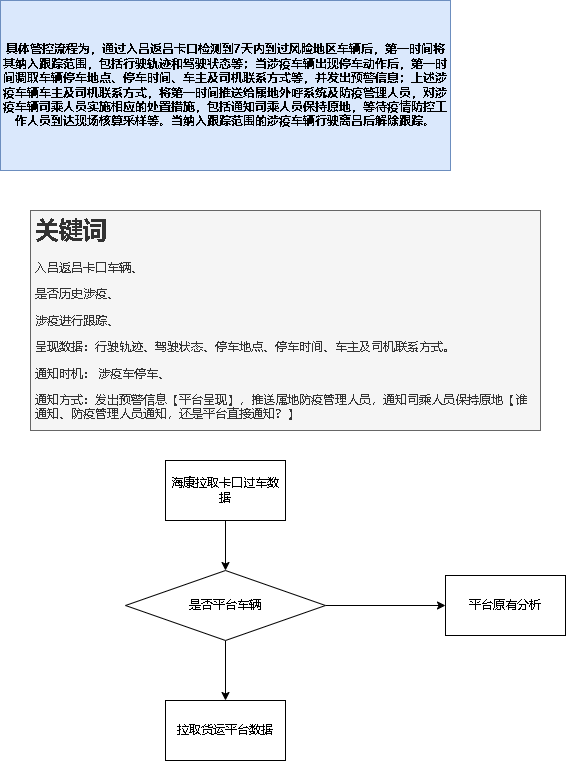
The draw.io diagram 吕梁疫情防控.drawio.png in xktder/draw, before a commit. Source tidied: cells renumbered, new cells last; positions are measured from the earlier drawing's top-left corner, leaving out a move shared by most shapes.
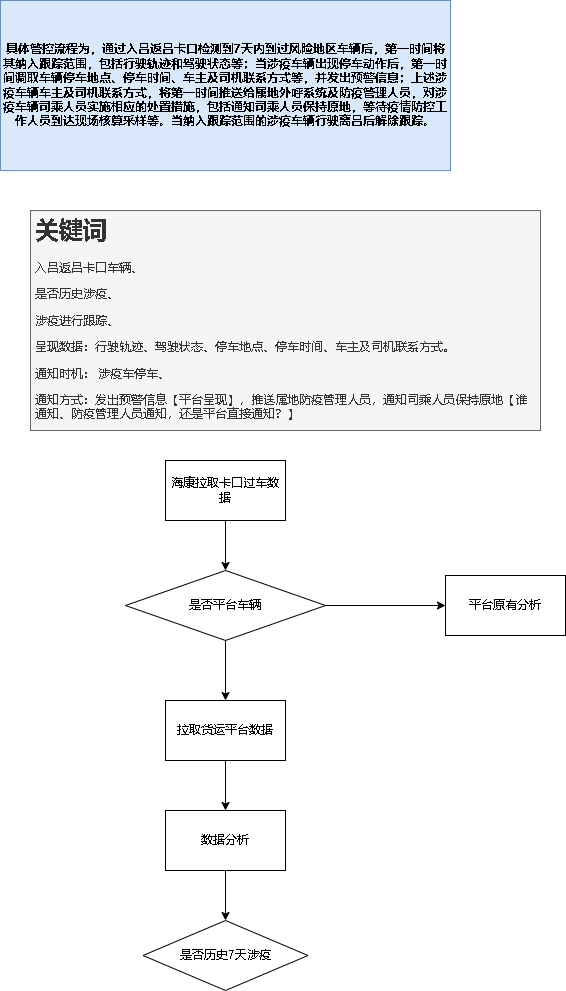
The same diagram one commit later.

Commit message:
更新吕梁疫情防控.drawio.png

The edit, as a diff of the source:
```diff
@@ -26,8 +26,20 @@
     <mxCell id="9" value="平台原有分析" style="whiteSpace=wrap;html=1;" parent="1" vertex="1">
       <mxGeometry x="445" y="575" width="120" height="60" as="geometry" />
     </mxCell>
+    <mxCell id="11" style="edgeStyle=orthogonalEdgeStyle;rounded=0;jettySize=auto;html=1;" parent="1" edge="1" source="10" target="13">
+      <mxGeometry relative="1" as="geometry" />
+    </mxCell>
     <mxCell id="10" value="拉取货运平台数据" style="whiteSpace=wrap;html=1;" parent="1" vertex="1">
       <mxGeometry x="165" y="700" width="120" height="60" as="geometry" />
     </mxCell>
+    <mxCell id="12" style="edgeStyle=orthogonalEdgeStyle;rounded=0;jettySize=auto;html=1;" parent="1" edge="1" source="13" target="14">
+      <mxGeometry relative="1" as="geometry" />
+    </mxCell>
+    <mxCell id="13" value="数据分析" style="whiteSpace=wrap;html=1;" parent="1" vertex="1">
+      <mxGeometry x="165" y="810" width="120" height="60" as="geometry" />
+    </mxCell>
+    <mxCell id="14" value="是否历史7天涉疫" style="rhombus;whiteSpace=wrap;html=1;fontFamily=Helvetica;fontSize=12;fontColor=default;align=center;strokeColor=default;fillColor=default;" parent="1" vertex="1">
+      <mxGeometry x="142.5" y="920" width="165" height="70" as="geometry" />
+    </mxCell>
   </root>
 </mxGraphModel>
```
